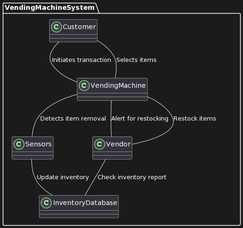
This is plantUML/domain.png from Erkesto/practice, a PlantUML export, as it was before one commit. Its diagram source:
```plantuml
@startuml
package VendingMachineSystem {
    class Customer
    class VendingMachine
    class Sensors
    class InventoryDatabase
    class Vendor
}

Customer -- VendingMachine : Initiates transaction
Customer -- VendingMachine : Selects items
VendingMachine -- Sensors : Detects item removal
Sensors -- InventoryDatabase : Update inventory
VendingMachine -- Vendor : Alert for restocking
Vendor -- InventoryDatabase : Check inventory report
Vendor -- VendingMachine : Restock items
@enduml
```
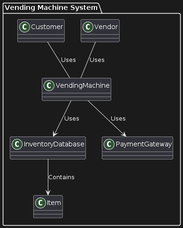
The same file after the commit.

What changed in the source:
```diff
@@ -1,17 +1,16 @@
 @startuml
-package VendingMachineSystem {
+package "Vending Machine System" {
     class Customer
+    class Vendor
     class VendingMachine
-    class Sensors
     class InventoryDatabase
-    class Vendor
+    class PaymentGateway
+    class Item
 }
 
-Customer -- VendingMachine : Initiates transaction
-Customer -- VendingMachine : Selects items
-VendingMachine -- Sensors : Detects item removal
-Sensors -- InventoryDatabase : Update inventory
-VendingMachine -- Vendor : Alert for restocking
-Vendor -- InventoryDatabase : Check inventory report
-Vendor -- VendingMachine : Restock items
+Customer -- VendingMachine : Uses
+Vendor -- VendingMachine : Uses
+VendingMachine --> InventoryDatabase : Uses
+VendingMachine --> PaymentGateway : Uses
+InventoryDatabase --> Item : Contains
 @enduml
```
